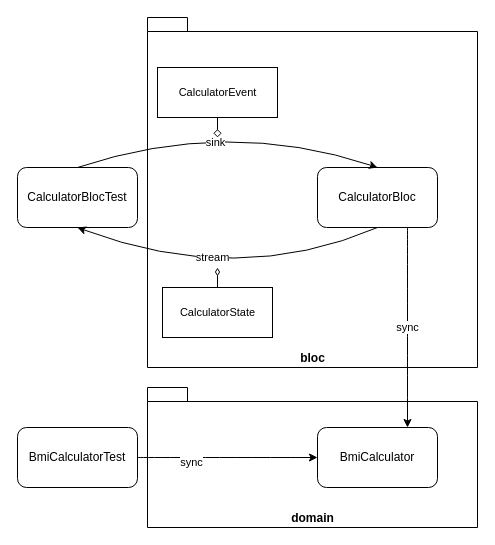
The draw.io diagram diagrams/bmi-calculator-bloc-test.drawio in nikkijuk/bmi-calculator-app, before the edit. Source tidied: cells renumbered, new cells numbered last; positions are measured from the earlier drawing's top-left corner, leaving out a move shared by most shapes. Both pictures are drawn from the tidied source at 100%, with x=0, y=0 at pixel (17, 17).
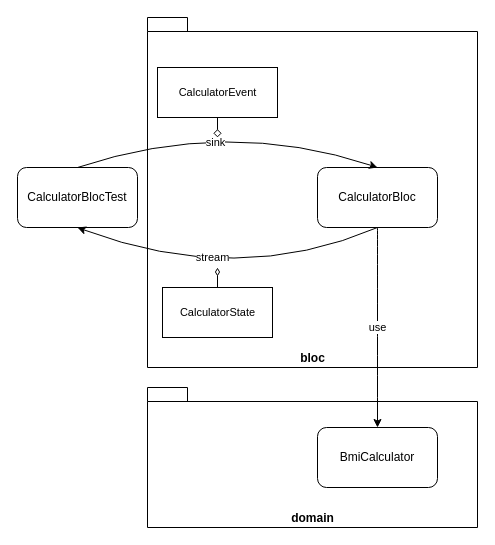
The same diagram, later.

The change refers to these unchanged cells:
```xml
<mxCell id="5" value="CalculatorBloc" style="rounded=1;whiteSpace=wrap;html=1;" parent="1" vertex="1">
  <mxGeometry x="300" y="150" width="120" height="60" as="geometry" />
</mxCell>
<mxCell id="11" value="BmiCalculator" style="rounded=1;whiteSpace=wrap;html=1;" parent="1" vertex="1">
  <mxGeometry x="300" y="410" width="120" height="60" as="geometry" />
</mxCell>
```

Change to the diagram source:
```diff
@@
-    <mxCell id="10" value="BmiCalculatorTest" style="rounded=1;whiteSpace=wrap;html=1;" parent="1" vertex="1">
-      <mxGeometry y="410" width="120" height="60" as="geometry" />
-    </mxCell>
@@
-    <mxCell id="12" style="curved=1;endArrow=classic;html=1;exitX=1;exitY=0.5;exitDx=0;exitDy=0;entryX=0;entryY=0.5;entryDx=0;entryDy=0;" parent="1" edge="1" source="10" target="11">
-      <mxGeometry relative="1" as="geometry" />
-    </mxCell>
-    <mxCell id="13" value="sync" style="edgeLabel;html=1;align=center;verticalAlign=middle;" parent="12" vertex="1">
-      <mxGeometry x="-0.24" y="-4" relative="1" as="geometry">
-        <mxPoint x="-15" as="offset" />
-      </mxGeometry>
-    </mxCell>
-    <mxCell id="14" value="sync" style="curved=1;endArrow=classic;html=1;entryX=0.75;entryY=0;entryDx=0;entryDy=0;exitX=0.75;exitY=1;exitDx=0;exitDy=0;" parent="1" edge="1" source="5" target="11">
+    <mxCell id="14" value="use" style="curved=1;endArrow=classic;html=1;entryX=0.5;entryY=0;entryDx=0;entryDy=0;exitX=0.5;exitY=1;exitDx=0;exitDy=0;" parent="1" edge="1" source="5" target="11">
       <mxGeometry relative="1" as="geometry" />
     </mxCell>
```
